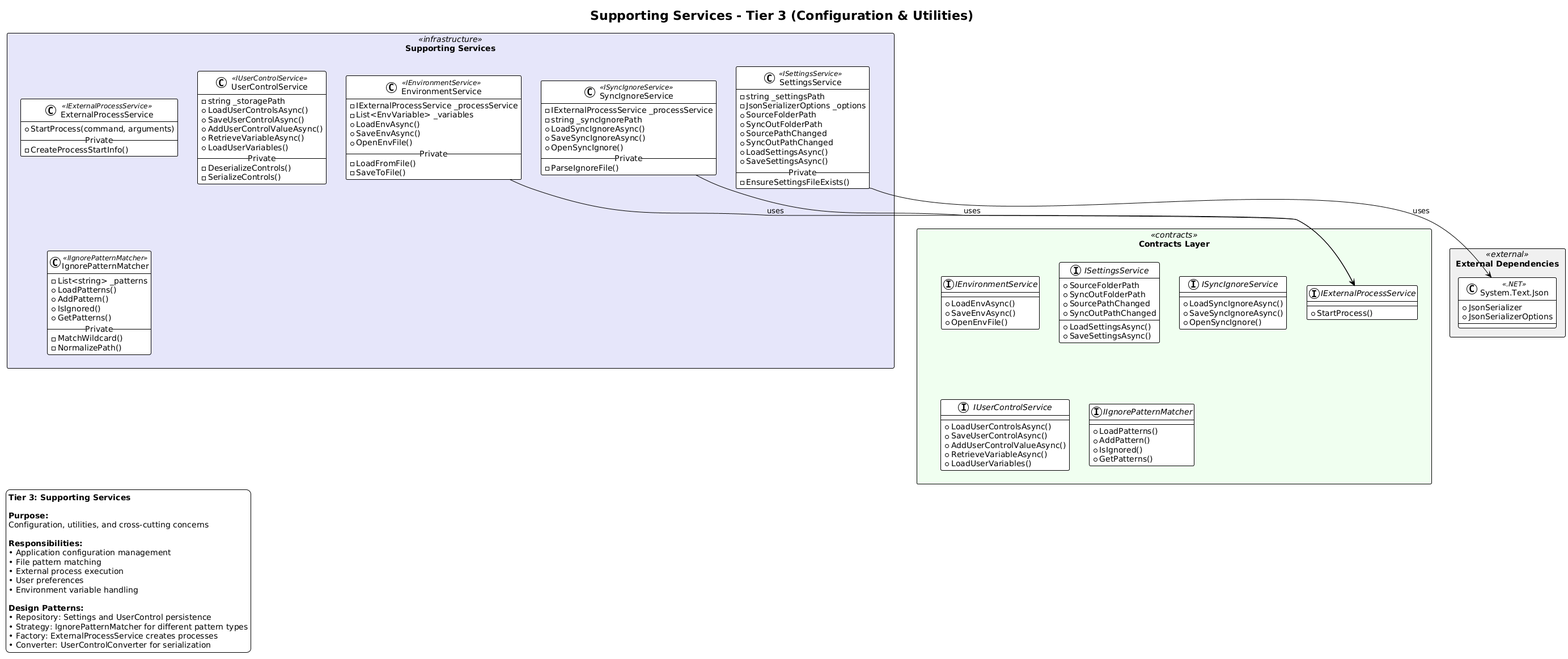
Earlier version of the PlantUML export docs/architecture/detailed/service-tiers/plantumlimages/Supporting Services.png (ReflexLevel0/DockerBuildboxSystem). Source of this version:
```plantuml
@startuml Supporting Services
!theme plain
skinparam componentStyle rectangle
skinparam packageStyle rectangle

title Supporting Services - Tier 3 (Configuration & Utilities)

package "External Dependencies" <<external>> as external  #F0F0F0 {
    class "System.Text.Json" as SystemTextJson <<.NET>> {
        + JsonSerializer
        + JsonSerializerOptions
    }
}

package "Contracts Layer" <<contracts>> as contracts #Honeydew {
    interface IEnvironmentService {
        + LoadEnvAsync()
        + SaveEnvAsync()
        + OpenEnvFile()
    }

    interface ISettingsService {
        + SourceFolderPath
        + SyncOutFolderPath
        + SourcePathChanged
        + SyncOutPathChanged
        + LoadSettingsAsync()
        + SaveSettingsAsync()
    }

    interface ISyncIgnoreService {
        + LoadSyncIgnoreAsync()
        + SaveSyncIgnoreAsync()
        + OpenSyncIgnore()
    }

    interface IExternalProcessService {
        + StartProcess()
    }

    interface IUserControlService {
        + LoadUserControlsAsync()
        + SaveUserControlAsync()
        + AddUserControlValueAsync()
        + RetrieveVariableAsync()
        + LoadUserVariables()
    }

    interface IIgnorePatternMatcher {
        + LoadPatterns()
        + AddPattern()
        + IsIgnored()
        + GetPatterns()
    }
}

package "Supporting Services" <<infrastructure>> as infrastructure #Lavender {
    class EnvironmentService <<IEnvironmentService>> {
        - IExternalProcessService _processService
        - List<EnvVariable> _variables
        + LoadEnvAsync()
        + SaveEnvAsync()
        + OpenEnvFile()
        --Private--
        - LoadFromFile()
        - SaveToFile()
    }

    class SettingsService <<ISettingsService>> {
        - string _settingsPath
        - JsonSerializerOptions _options
        + SourceFolderPath
        + SyncOutFolderPath
        + SourcePathChanged
        + SyncOutPathChanged
        + LoadSettingsAsync()
        + SaveSettingsAsync()
        --Private--
        - EnsureSettingsFileExists()
    }

    class SyncIgnoreService <<ISyncIgnoreService>> {
        - IExternalProcessService _processService
        - string _syncIgnorePath
        + LoadSyncIgnoreAsync()
        + SaveSyncIgnoreAsync()
        + OpenSyncIgnore()
        --Private--
        - ParseIgnoreFile()
    }

    class ExternalProcessService <<IExternalProcessService>> {
        + StartProcess(command, arguments)
        --Private--
        - CreateProcessStartInfo()
    }

    class UserControlService <<IUserControlService>> {
        - string _storagePath
        + LoadUserControlsAsync()
        + SaveUserControlAsync()
        + AddUserControlValueAsync()
        + RetrieveVariableAsync()
        + LoadUserVariables()
        --Private--
        - DeserializeControls()
        - SerializeControls()
    }

    class IgnorePatternMatcher <<IIgnorePatternMatcher>> {
        - List<string> _patterns
        + LoadPatterns()
        + AddPattern()
        + IsIgnored()
        + GetPatterns()
        --Private--
        - MatchWildcard()
        - NormalizePath()
    }
}


EnvironmentService --> IExternalProcessService : uses
SyncIgnoreService --> IExternalProcessService : uses
SettingsService --> SystemTextJson : uses

contracts -[hidden]down-> infrastructure

















legend bottom left
    <b>Tier 3: Supporting Services</b>

    <b>Purpose:</b>
    Configuration, utilities, and cross-cutting concerns

    <b>Responsibilities:</b>
    • Application configuration management
    • File pattern matching
    • External process execution
    • User preferences
    • Environment variable handling

    <b>Design Patterns:</b>
    • Repository: Settings and UserControl persistence
    • Strategy: IgnorePatternMatcher for different pattern types
    • Factory: ExternalProcessService creates processes
    • Converter: UserControlConverter for serialization
end legend

@enduml
```
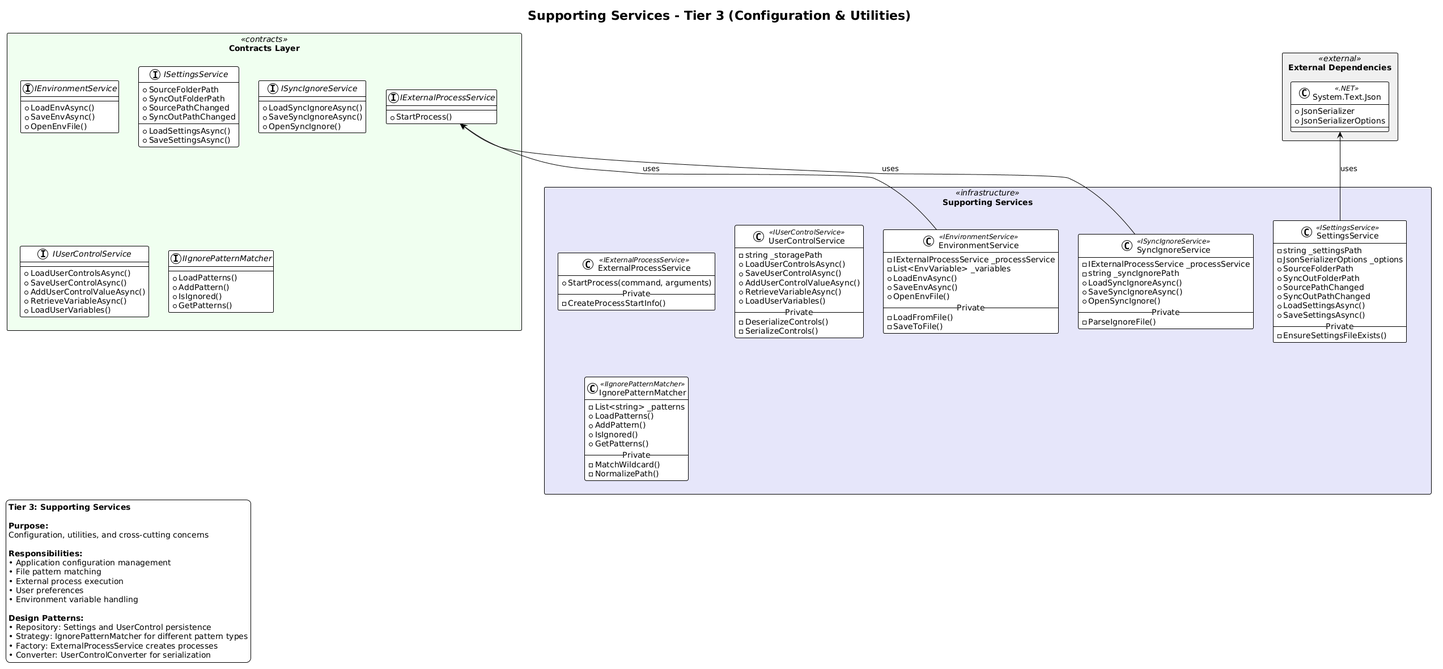
The same diagram one commit later.

Commit message:
fix: improved design

The edit, as a diff of the source:
```diff
@@ -120,11 +120,11 @@
 }
 
 
-EnvironmentService --> IExternalProcessService : uses
-SyncIgnoreService --> IExternalProcessService : uses
-SettingsService --> SystemTextJson : uses
+EnvironmentService -up-> IExternalProcessService : uses
+SyncIgnoreService -up-> IExternalProcessService : uses
+SettingsService -up-> SystemTextJson : uses
 
-contracts -[hidden]down-> infrastructure
+contracts -[hidden]up-> infrastructure
 
 
 
```
